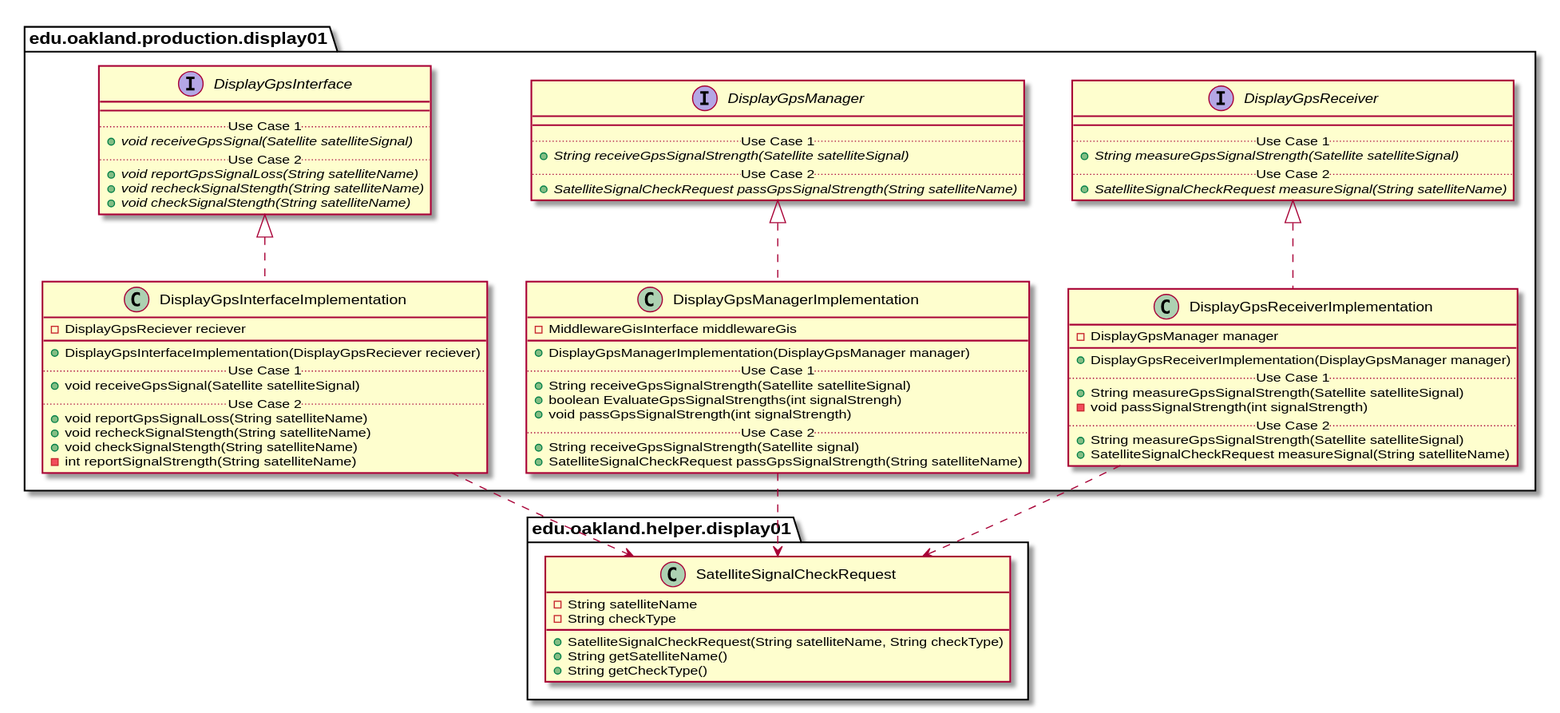
This is docs/uml-class-diagrams/display01/production/Display01ProductionPackage_Closure.svg from andrewdimmer/csi-3370-software-project, a PlantUML export, as it was before one commit.
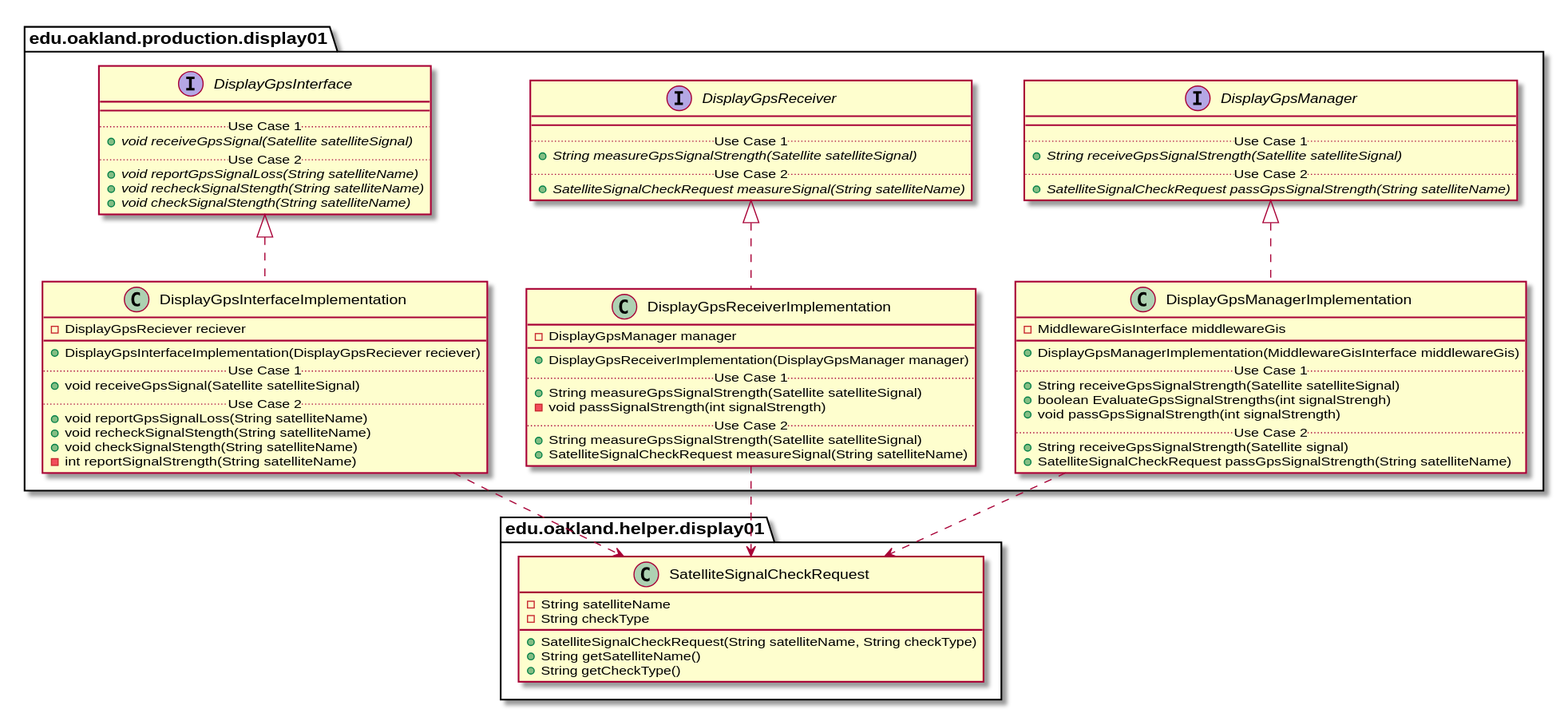
The same file after the commit.

What changed in the source:
```diff
@@ -26,12 +26,12 @@
 
 
 package edu.oakland.production.display01 {
-    interface DisplayGpsManager {
+    interface DisplayGpsReceiver {
         __
         .. Use Case 1 ..
-        {abstract} + String receiveGpsSignalStrength(Satellite satelliteSignal)
+        {abstract} + String measureGpsSignalStrength(Satellite satelliteSignal)
         .. Use Case 2 ..
-        {abstract} + SatelliteSignalCheckRequest passGpsSignalStrength(String satelliteName)
+        {abstract} + SatelliteSignalCheckRequest measureSignal(String satelliteName)
     }
 }
 
@@ -43,12 +43,12 @@
 
 
 package edu.oakland.production.display01 {
-    interface DisplayGpsReceiver {
+    interface DisplayGpsManager {
         __
         .. Use Case 1 ..
-        {abstract} + String measureGpsSignalStrength(Satellite satelliteSignal)
+        {abstract} + String receiveGpsSignalStrength(Satellite satelliteSignal)
         .. Use Case 2 ..
-        {abstract} + SatelliteSignalCheckRequest measureSignal(String satelliteName)
+        {abstract} + SatelliteSignalCheckRequest passGpsSignalStrength(String satelliteName)
     }
 }
 
@@ -102,30 +102,6 @@
 
 
 package edu.oakland.production.display01 {
-  class DisplayGpsManagerImplementation {
-    - MiddlewareGisInterface middlewareGis
-   __
-    + DisplayGpsManagerImplementation(DisplayGpsManager manager)
-    .. Use Case 1 ..
-    + String receiveGpsSignalStrength(Satellite satelliteSignal)
-    + boolean EvaluateGpsSignalStrengths(int signalStrengh)
-    + void passGpsSignalStrength(int signalStrength)
-    .. Use Case 2 ..
-    + String receiveGpsSignalStrength(Satellite signal)
-    + SatelliteSignalCheckRequest passGpsSignalStrength(String satelliteName)
-    }
-}
-
-
-DisplayGpsManagerImplementation .up.|> DisplayGpsManager
-
-DisplayGpsManagerImplementation ..> SatelliteSignalCheckRequest
-
-
-
-
-
-package edu.oakland.production.display01 {
     class DisplayGpsReceiverImplementation {
         - DisplayGpsManager manager
         __
@@ -147,4 +123,28 @@
 
 
 
+
+package edu.oakland.production.display01 {
+  class DisplayGpsManagerImplementation {
+    - MiddlewareGisInterface middlewareGis
+   __
+    + DisplayGpsManagerImplementation(MiddlewareGisInterface middlewareGis)
+    .. Use Case 1 ..
+    + String receiveGpsSignalStrength(Satellite satelliteSignal)
+    + boolean EvaluateGpsSignalStrengths(int signalStrengh)
+    + void passGpsSignalStrength(int signalStrength)
+    .. Use Case 2 ..
+    + String receiveGpsSignalStrength(Satellite signal)
+    + SatelliteSignalCheckRequest passGpsSignalStrength(String satelliteName)
+    }
+}
+
+
+DisplayGpsManagerImplementation .up.|> DisplayGpsManager
+
+DisplayGpsManagerImplementation ..> SatelliteSignalCheckRequest
+
+
+
+
 @enduml
```
